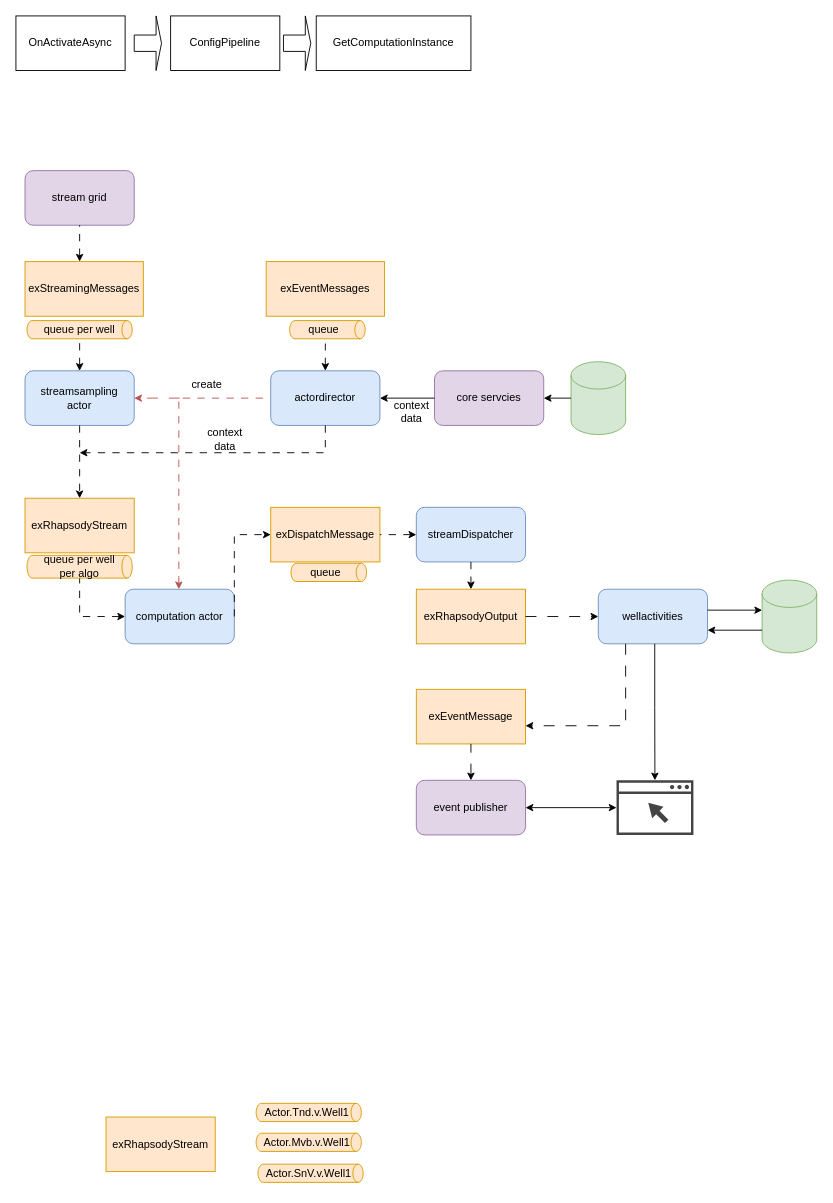
Earlier version of the draw.io diagram work.drawio (baoqger/drawing.io). Source tidied: cells renumbered, new cells numbered last; positions are measured from the earlier drawing's top-left corner, leaving out a move shared by most shapes. Both pictures are drawn from the tidied source at 91%, with x=0, y=0 at pixel (15, 15).
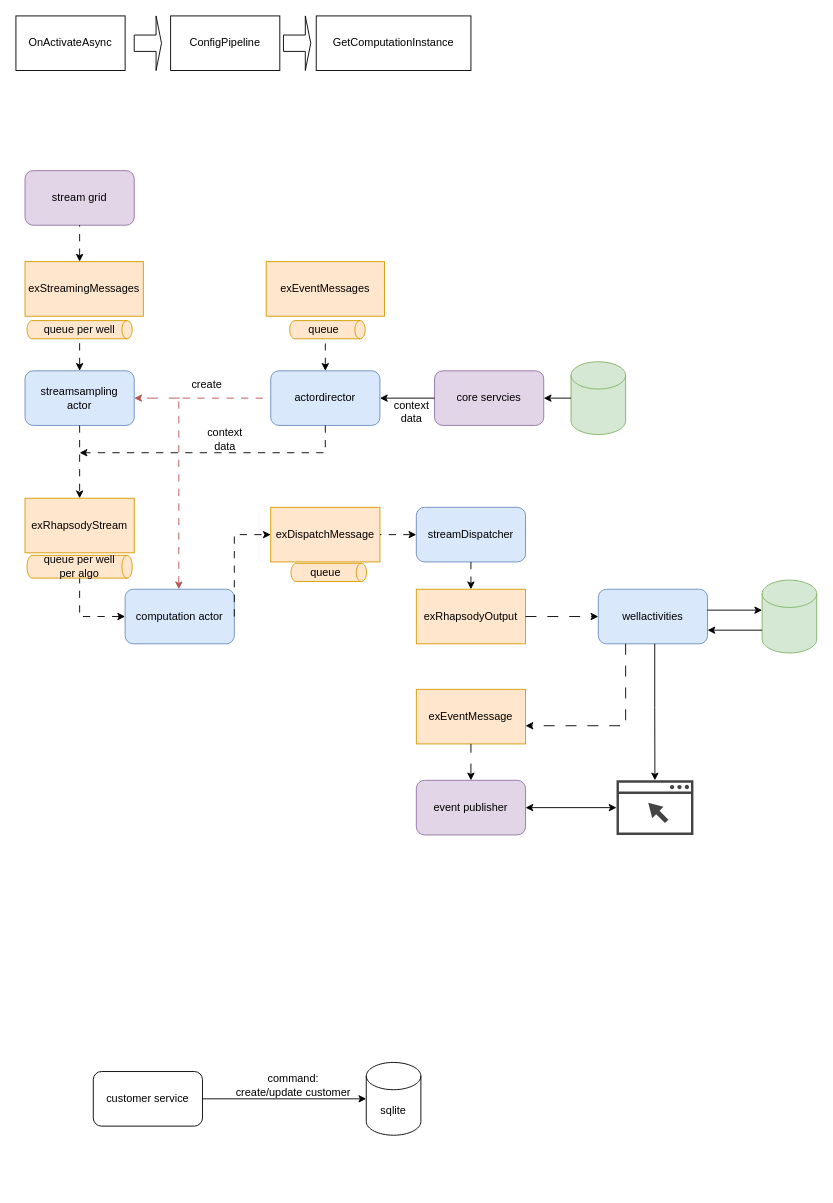
The same page after the edit.

Diff of the diagram source:
```diff
@@
-    <mxCell id="33" value="exRhapsodyStream" style="rounded=0;whiteSpace=wrap;html=1;fillColor=#ffe6cc;strokeColor=#d79b00;" parent="1" vertex="1">
-      <mxGeometry x="99" y="1210" width="120" height="60" as="geometry" />
-    </mxCell>
-    <mxCell id="34" style="shape=cylinder3;whiteSpace=wrap;html=1;boundedLbl=1;backgroundOutline=1;size=5.6666259765625;rotation=90;fillColor=#ffe6cc;strokeColor=#d79b00;" parent="1" vertex="1">
-      <mxGeometry x="311.8" y="1147.2" width="20" height="115.6" as="geometry" />
-    </mxCell>
-    <mxCell id="35" value="Actor.Tnd.v.Well1" style="text;html=1;strokeColor=none;fillColor=none;align=center;verticalAlign=middle;whiteSpace=wrap;rounded=0;" parent="1" vertex="1">
-      <mxGeometry x="289.8" y="1190" width="60" height="30" as="geometry" />
-    </mxCell>
-    <mxCell id="36" style="shape=cylinder3;whiteSpace=wrap;html=1;boundedLbl=1;backgroundOutline=1;size=5.6666259765625;rotation=90;fillColor=#ffe6cc;strokeColor=#d79b00;" parent="1" vertex="1">
-      <mxGeometry x="311.8" y="1180" width="20" height="115.6" as="geometry" />
-    </mxCell>
-    <mxCell id="37" value="Actor.Mvb.v.Well1" style="text;html=1;strokeColor=none;fillColor=none;align=center;verticalAlign=middle;whiteSpace=wrap;rounded=0;" parent="1" vertex="1">
-      <mxGeometry x="289.8" y="1222.8" width="60" height="30" as="geometry" />
-    </mxCell>
-    <mxCell id="38" style="shape=cylinder3;whiteSpace=wrap;html=1;boundedLbl=1;backgroundOutline=1;size=5.6666259765625;rotation=90;fillColor=#ffe6cc;strokeColor=#d79b00;" parent="1" vertex="1">
-      <mxGeometry x="313.8" y="1214" width="20" height="115.6" as="geometry" />
-    </mxCell>
-    <mxCell id="39" value="Actor.SnV.v.Well1" style="text;html=1;strokeColor=none;fillColor=none;align=center;verticalAlign=middle;whiteSpace=wrap;rounded=0;" parent="1" vertex="1">
-      <mxGeometry x="291.8" y="1256.8" width="60" height="30" as="geometry" />
-    </mxCell>
@@
+    <mxCell id="62" value="customer service" style="rounded=1;whiteSpace=wrap;html=1;" parent="1" vertex="1">
+      <mxGeometry x="85" y="1160" width="120" height="60" as="geometry" />
+    </mxCell>
+    <mxCell id="63" value="sqlite" style="shape=cylinder3;whiteSpace=wrap;html=1;boundedLbl=1;backgroundOutline=1;size=15;" parent="1" vertex="1">
+      <mxGeometry x="385" y="1150" width="60" height="80" as="geometry" />
+    </mxCell>
+    <mxCell id="64" style="endArrow=classic;html=1;rounded=0;exitX=1;exitY=0.5;exitDx=0;exitDy=0;entryX=0;entryY=0.5;entryDx=0;entryDy=0;entryPerimeter=0;" parent="1" edge="1" source="62" target="63">
+      <mxGeometry relative="1" as="geometry" />
+    </mxCell>
+    <mxCell id="65" value="command:&lt;br&gt;create/update customer" style="text;html=1;strokeColor=none;fillColor=none;align=center;verticalAlign=middle;whiteSpace=wrap;rounded=0;" parent="1" vertex="1">
+      <mxGeometry x="240" y="1160" width="130" height="30" as="geometry" />
+    </mxCell>
```
